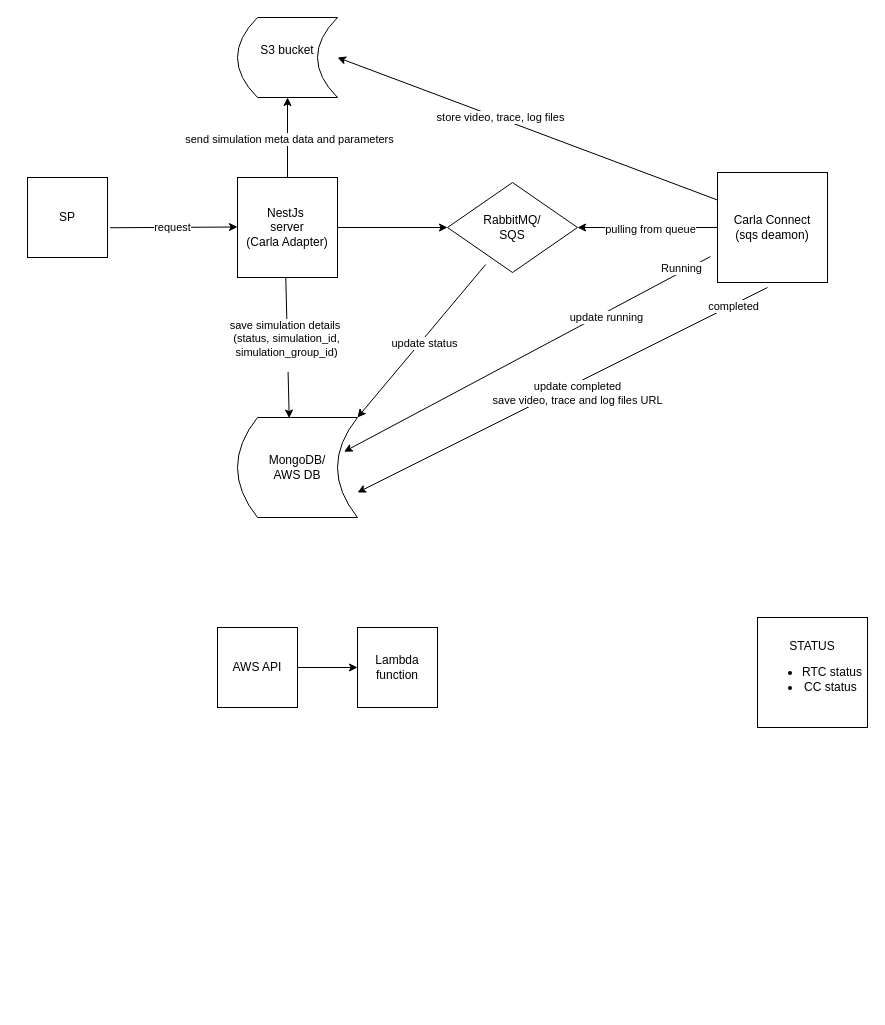
asapluiz/design-pattern-sample keeps this draw.io diagram as Untitled Diagram.drawio. Above is the earlier version. Source tidied: cells renumbered, new cells numbered last; positions are measured from the earlier drawing's top-left corner, leaving out a move shared by most shapes. Both pictures are drawn from the tidied source at 100%, with x=0, y=0 at pixel (27, 17).
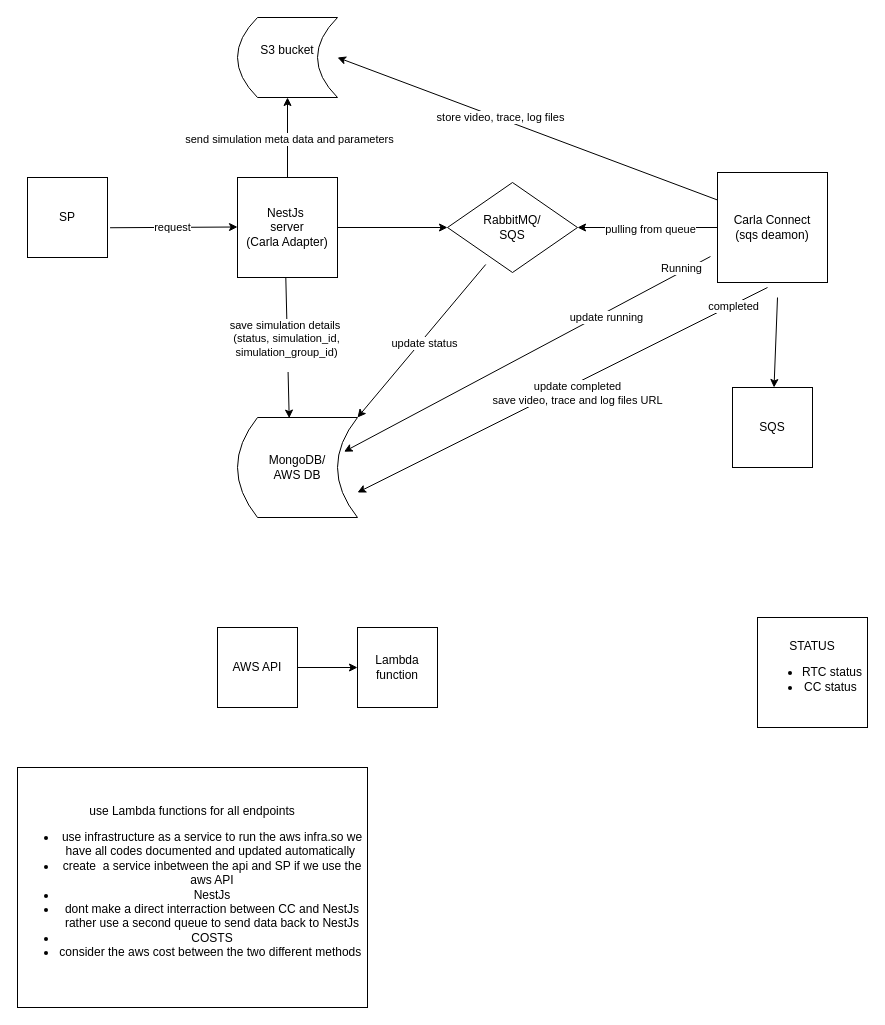
The same diagram, later.

The edit, as a diff of the source:
```diff
@@
+    <mxCell id="31" value="SQS" style="whiteSpace=wrap;html=1;" parent="1" vertex="1">
+      <mxGeometry x="705" y="370" width="80" height="80" as="geometry" />
+    </mxCell>
+    <mxCell id="32" style="endArrow=classic;html=1;rounded=0;" parent="1" edge="1" target="31">
+      <mxGeometry relative="1" as="geometry">
+        <mxPoint x="750" y="280" as="sourcePoint" />
+      </mxGeometry>
+    </mxCell>
+    <mxCell id="33" value="use Lambda functions for all endpoints&lt;div&gt;&lt;ul&gt;&lt;li&gt;use infrastructure as a service to run the aws infra.so we have all codes documented and updated automatically&amp;nbsp;&lt;/li&gt;&lt;li&gt;create&amp;nbsp; a service inbetween the api and SP if we use the aws API&lt;/li&gt;&lt;li&gt;NestJs&lt;/li&gt;&lt;li&gt;dont make a direct interraction between CC and NestJs rather use a second queue to send data back to NestJs&lt;/li&gt;&lt;li&gt;&lt;span style=&quot;background-color: initial;&quot;&gt;COSTS&lt;/span&gt;&lt;/li&gt;&lt;li&gt;&lt;span style=&quot;background-color: initial;&quot;&gt;consider the aws cost between the two different methods&amp;nbsp;&lt;/span&gt;&lt;br&gt;&lt;/li&gt;&lt;/ul&gt;&lt;/div&gt;" style="rounded=0;whiteSpace=wrap;html=1;" parent="1" vertex="1">
+      <mxGeometry x="-10" y="750" width="350" height="240" as="geometry" />
+    </mxCell>
```
